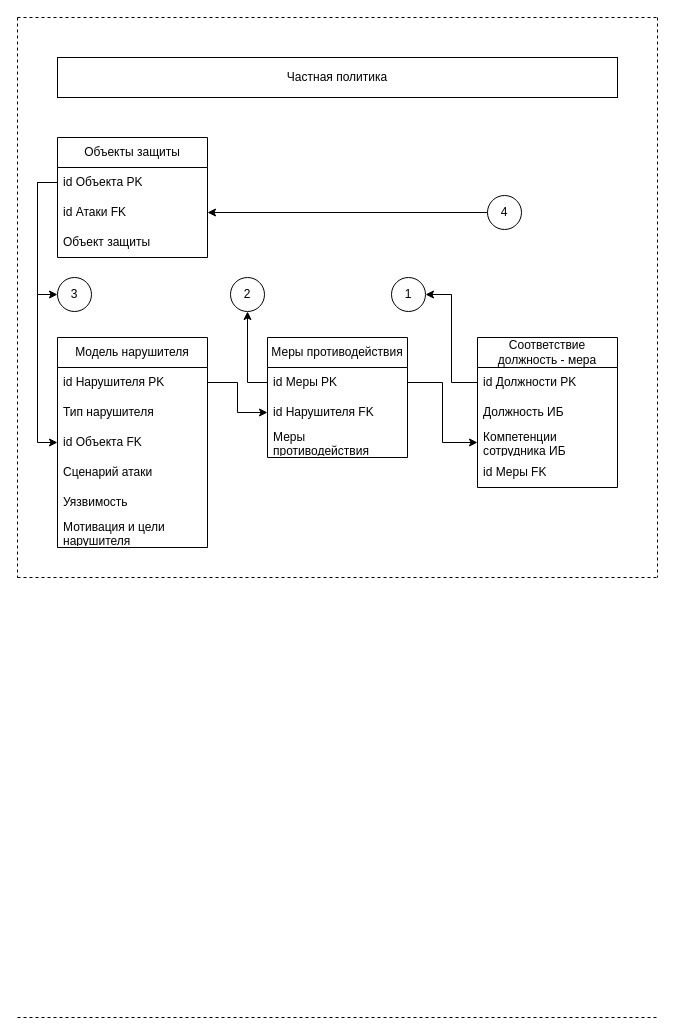
Before: Частная политика.drawio in SmirnovBogdan8/Diplom, a draw.io diagram. Source tidied: cells renumbered, new cells numbered last; positions are measured from the earlier drawing's top-left corner, leaving out a move shared by most shapes. Both pictures are drawn from the tidied source at 100%, with x=0, y=0 at pixel (17, 17).
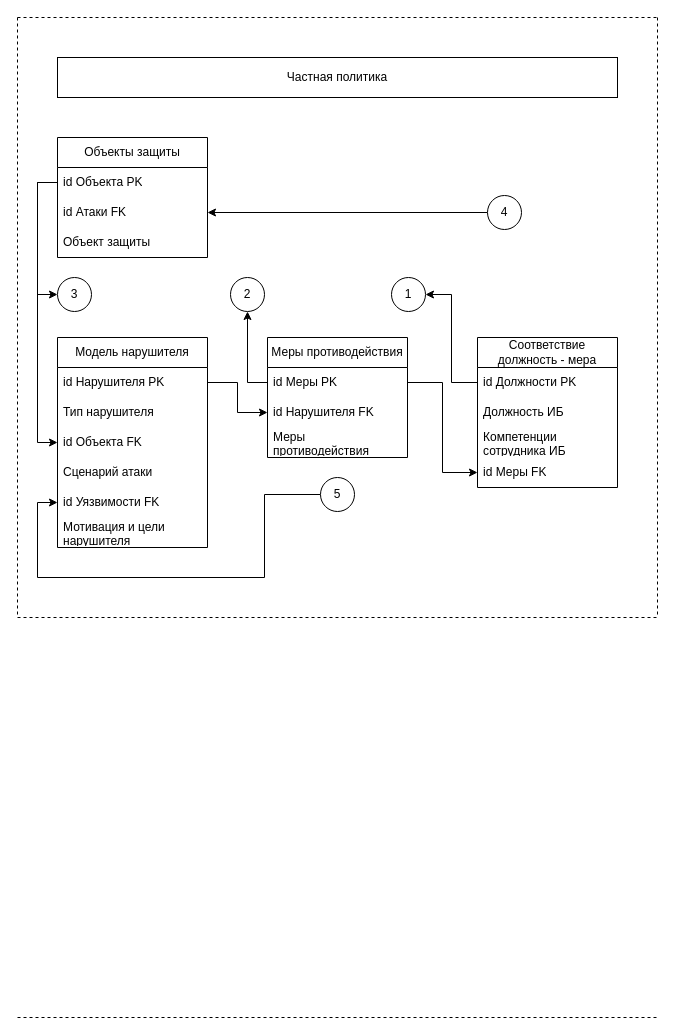
The same page after the edit.

The change refers to these unchanged cells:
```xml
<mxCell id="6" value="Модель нарушителя" style="swimlane;fontStyle=0;horizontal=1;startSize=30;whiteSpace=wrap;html=1;" parent="1" vertex="1">
  <mxGeometry x="40" y="320" width="150" height="210" as="geometry" />
</mxCell>
<mxCell id="14" value="id Меры PK" style="text;strokeColor=none;fillColor=none;align=left;verticalAlign=middle;spacingLeft=4;spacingRight=4;overflow=hidden;points=[[0,0.5],[1,0.5]];portConstraint=eastwest;whiteSpace=wrap;html=1;" parent="13" vertex="1">
  <mxGeometry y="30" width="140" height="30" as="geometry" />
</mxCell>
<mxCell id="25" value="Компетенции сотрудника ИБ" style="text;strokeColor=none;fillColor=none;align=left;verticalAlign=middle;spacingLeft=4;spacingRight=4;overflow=hidden;points=[[0,0.5],[1,0.5]];portConstraint=eastwest;whiteSpace=wrap;html=1;" parent="22" vertex="1">
  <mxGeometry y="90" width="140" height="30" as="geometry" />
</mxCell>
<mxCell id="26" value="id Меры FK" style="text;strokeColor=none;fillColor=none;align=left;verticalAlign=middle;spacingLeft=4;spacingRight=4;overflow=hidden;points=[[0,0.5],[1,0.5]];portConstraint=eastwest;whiteSpace=wrap;html=1;" parent="22" vertex="1">
  <mxGeometry y="120" width="140" height="30" as="geometry" />
</mxCell>
```

Diff of the diagram source:
```diff
@@
-    <mxCell id="11" value="Уязвимость" style="text;strokeColor=none;fillColor=none;align=left;verticalAlign=middle;spacingLeft=4;spacingRight=4;overflow=hidden;points=[[0,0.5],[1,0.5]];portConstraint=eastwest;whiteSpace=wrap;html=1;" parent="6" vertex="1">
+    <mxCell id="11" value="id Уязвимости FK" style="text;strokeColor=none;fillColor=none;align=left;verticalAlign=middle;spacingLeft=4;spacingRight=4;overflow=hidden;points=[[0,0.5],[1,0.5]];portConstraint=eastwest;whiteSpace=wrap;html=1;" parent="6" vertex="1">
       <mxGeometry y="150" width="150" height="30" as="geometry" />
     </mxCell>
@@
     <mxCell id="20" style="endArrow=none;dashed=1;html=1;rounded=0;" parent="1" edge="1">
       <mxGeometry relative="1" as="geometry">
         <mxPoint as="sourcePoint" />
-        <mxPoint y="560" as="targetPoint" />
+        <mxPoint y="600" as="targetPoint" />
       </mxGeometry>
     </mxCell>
     <mxCell id="21" style="endArrow=none;dashed=1;html=1;rounded=0;" parent="1" edge="1">
       <mxGeometry relative="1" as="geometry">
         <mxPoint x="640" as="sourcePoint" />
-        <mxPoint x="640" y="560" as="targetPoint" />
+        <mxPoint x="640" y="600" as="targetPoint" />
       </mxGeometry>
     </mxCell>
@@
-    <mxCell id="29" style="edgeStyle=orthogonalEdgeStyle;rounded=0;jettySize=auto;html=1;entryX=0;entryY=0.5;entryDx=0;entryDy=0;" parent="1" edge="1" source="14" target="25">
+    <mxCell id="29" style="edgeStyle=orthogonalEdgeStyle;rounded=0;jettySize=auto;html=1;entryX=0;entryY=0.5;entryDx=0;entryDy=0;" parent="1" edge="1" source="14" target="26">
       <mxGeometry relative="1" as="geometry" />
     </mxCell>
     <mxCell id="30" style="endArrow=none;dashed=1;html=1;rounded=0;" parent="1" edge="1">
       <mxGeometry relative="1" as="geometry">
-        <mxPoint y="560" as="sourcePoint" />
-        <mxPoint x="640" y="560" as="targetPoint" />
+        <mxPoint y="600" as="sourcePoint" />
+        <mxPoint x="640" y="600" as="targetPoint" />
       </mxGeometry>
     </mxCell>
@@
+    <mxCell id="39" style="edgeStyle=orthogonalEdgeStyle;rounded=0;jettySize=auto;html=1;entryX=0;entryY=0.5;entryDx=0;entryDy=0;" parent="1" edge="1" source="40" target="11">
+      <mxGeometry relative="1" as="geometry">
+        <Array as="points">
+          <mxPoint x="247" y="477" />
+          <mxPoint x="247" y="560" />
+          <mxPoint x="20" y="560" />
+          <mxPoint x="20" y="485" />
+        </Array>
+      </mxGeometry>
+    </mxCell>
+    <mxCell id="40" value="5" style="ellipse;whiteSpace=wrap;html=1;" parent="1" vertex="1">
+      <mxGeometry x="303" y="460" width="34" height="34" as="geometry" />
+    </mxCell>
```
